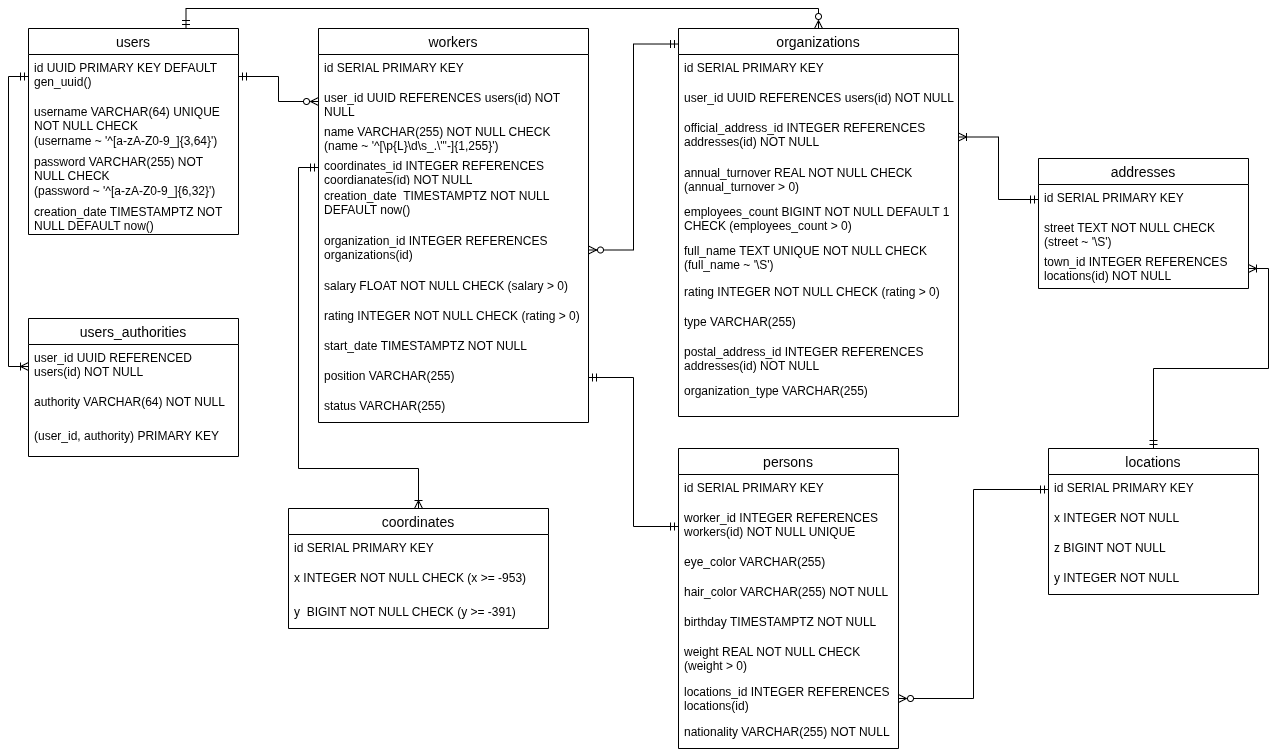
The draw.io diagram docs/diagram.drawio.png in vodobryshkin/is-lab1, before a commit. Source tidied: cells renumbered, new cells last; positions are measured from the earlier drawing's top-left corner, leaving out a move shared by most shapes.
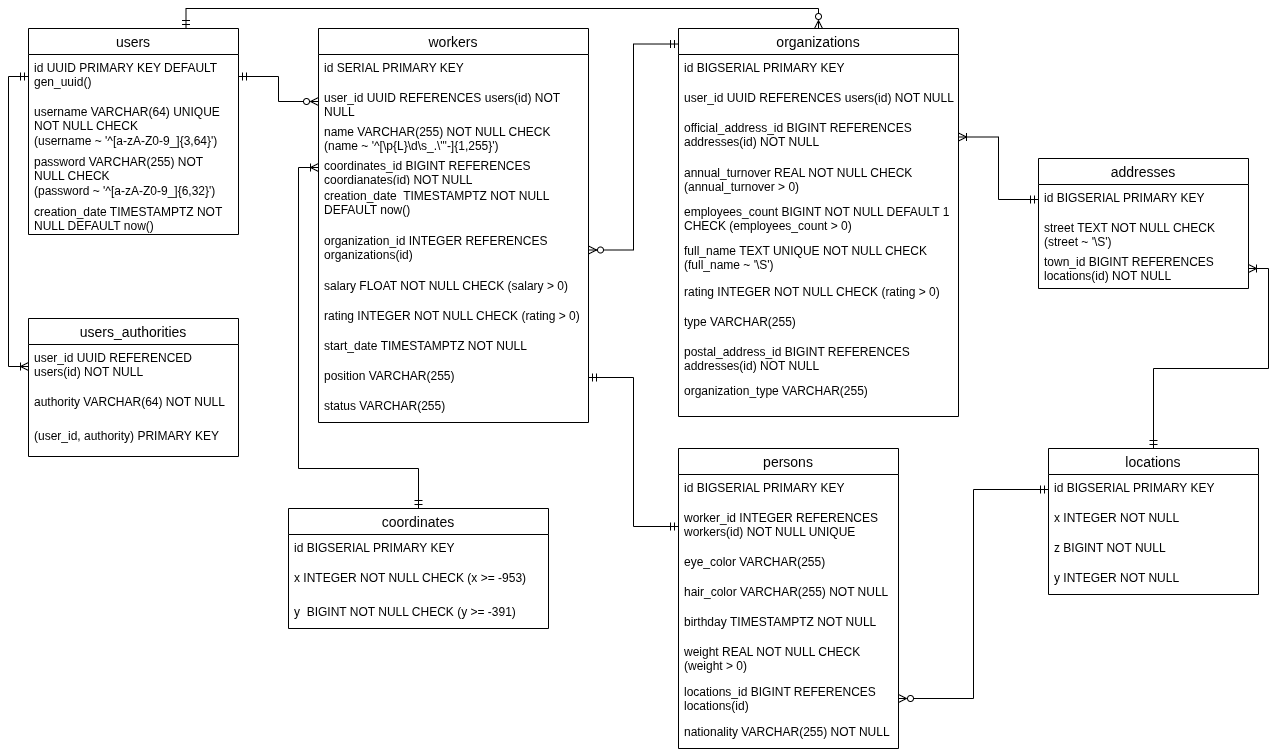
Later version of the same file.

The edit, as a diff of the source:
```diff
@@ -8,7 +8,7 @@
     <mxCell id="3" value="persons" style="swimlane;fontStyle=0;horizontal=1;startSize=26;align=center;fontSize=14;" parent="1" vertex="1">
       <mxGeometry x="650" y="420" width="220" height="300" as="geometry" />
     </mxCell>
-    <mxCell id="4" value="id SERIAL PRIMARY KEY" style="text;strokeColor=none;fillColor=none;spacingLeft=4;spacingRight=4;overflow=hidden;fontSize=12;whiteSpace=wrap;html=1;" parent="3" vertex="1">
+    <mxCell id="4" value="id BIGSERIAL PRIMARY KEY" style="text;strokeColor=none;fillColor=none;spacingLeft=4;spacingRight=4;overflow=hidden;fontSize=12;whiteSpace=wrap;html=1;" parent="3" vertex="1">
       <mxGeometry y="26" width="220" height="30" as="geometry" />
     </mxCell>
     <mxCell id="5" value="worker_id INTEGER REFERENCES workers(id) NOT NULL UNIQUE" style="text;strokeColor=none;fillColor=none;spacingLeft=4;spacingRight=4;overflow=hidden;points=[[0,0.5],[1,0.5]];portConstraint=eastwest;fontSize=12;whiteSpace=wrap;html=1;" parent="3" vertex="1">
@@ -26,7 +26,7 @@
     <mxCell id="9" value="weight REAL NOT NULL CHECK (weight &amp;gt; 0)" style="text;strokeColor=none;fillColor=none;spacingLeft=4;spacingRight=4;overflow=hidden;fontSize=12;whiteSpace=wrap;html=1;" parent="3" vertex="1">
       <mxGeometry y="190" width="220" height="40" as="geometry" />
     </mxCell>
-    <mxCell id="10" value="locations_id INTEGER REFERENCES locations(id)" style="text;strokeColor=none;fillColor=none;spacingLeft=4;spacingRight=4;overflow=hidden;points=[[0,0.5],[1,0.5]];portConstraint=eastwest;fontSize=12;whiteSpace=wrap;html=1;" parent="3" vertex="1">
+    <mxCell id="10" value="locations_id BIGINT REFERENCES locations(id)" style="text;strokeColor=none;fillColor=none;spacingLeft=4;spacingRight=4;overflow=hidden;points=[[0,0.5],[1,0.5]];portConstraint=eastwest;fontSize=12;whiteSpace=wrap;html=1;" parent="3" vertex="1">
       <mxGeometry y="230" width="220" height="40" as="geometry" />
     </mxCell>
     <mxCell id="11" value="nationality VARCHAR(255) NOT NULL" style="text;strokeColor=none;fillColor=none;spacingLeft=4;spacingRight=4;overflow=hidden;fontSize=12;whiteSpace=wrap;html=1;" parent="3" vertex="1">
@@ -44,7 +44,7 @@
     <mxCell id="15" value="name VARCHAR(255) NOT NULL CHECK (name ~ '^[\p{L}\d\s_.\'&quot;-]{1,255}')" style="text;strokeColor=none;fillColor=none;spacingLeft=4;spacingRight=4;overflow=hidden;fontSize=12;whiteSpace=wrap;html=1;" parent="12" vertex="1">
       <mxGeometry y="90" width="270" height="34" as="geometry" />
     </mxCell>
-    <mxCell id="16" value="coordinates_id INTEGER REFERENCES coordianates(id) NOT NULL" style="text;strokeColor=none;fillColor=none;spacingLeft=4;spacingRight=4;overflow=hidden;points=[[0,0.5],[1,0.5]];portConstraint=eastwest;fontSize=12;whiteSpace=wrap;html=1;" parent="12" vertex="1">
+    <mxCell id="16" value="coordinates_id BIGINT REFERENCES coordianates(id) NOT NULL" style="text;strokeColor=none;fillColor=none;spacingLeft=4;spacingRight=4;overflow=hidden;points=[[0,0.5],[1,0.5]];portConstraint=eastwest;fontSize=12;whiteSpace=wrap;html=1;" parent="12" vertex="1">
       <mxGeometry y="124" width="270" height="30" as="geometry" />
     </mxCell>
     <mxCell id="17" value="creation_date&amp;nbsp; TIMESTAMPTZ NOT NULL DEFAULT now()" style="text;strokeColor=none;fillColor=none;spacingLeft=4;spacingRight=4;overflow=hidden;fontSize=12;whiteSpace=wrap;html=1;" parent="12" vertex="1">
@@ -71,13 +71,13 @@
     <mxCell id="24" value="organizations" style="swimlane;fontStyle=0;horizontal=1;startSize=26;align=center;fontSize=14;" parent="1" vertex="1">
       <mxGeometry x="650" width="280" height="388" as="geometry" />
     </mxCell>
-    <mxCell id="25" value="id SERIAL PRIMARY KEY" style="text;strokeColor=none;fillColor=none;spacingLeft=4;spacingRight=4;overflow=hidden;fontSize=12;whiteSpace=wrap;html=1;" parent="24" vertex="1">
+    <mxCell id="25" value="id BIGSERIAL PRIMARY KEY" style="text;strokeColor=none;fillColor=none;spacingLeft=4;spacingRight=4;overflow=hidden;fontSize=12;whiteSpace=wrap;html=1;" parent="24" vertex="1">
       <mxGeometry y="26" width="280" height="30" as="geometry" />
     </mxCell>
     <mxCell id="26" value="user_id UUID REFERENCES users(id) NOT NULL" style="text;strokeColor=none;fillColor=none;spacingLeft=4;spacingRight=4;overflow=hidden;fontSize=12;whiteSpace=wrap;html=1;" parent="24" vertex="1">
       <mxGeometry y="56" width="280" height="30" as="geometry" />
     </mxCell>
-    <mxCell id="27" value="official_address_id INTEGER REFERENCES addresses(id) NOT NULL" style="text;strokeColor=none;fillColor=none;spacingLeft=4;spacingRight=4;overflow=hidden;points=[[0,0.5],[1,0.5]];portConstraint=eastwest;fontSize=12;whiteSpace=wrap;html=1;" parent="24" vertex="1">
+    <mxCell id="27" value="official_address_id BIGINT REFERENCES addresses(id) NOT NULL" style="text;strokeColor=none;fillColor=none;spacingLeft=4;spacingRight=4;overflow=hidden;points=[[0,0.5],[1,0.5]];portConstraint=eastwest;fontSize=12;whiteSpace=wrap;html=1;" parent="24" vertex="1">
       <mxGeometry y="86" width="280" height="45" as="geometry" />
     </mxCell>
     <mxCell id="28" value="annual_turnover REAL NOT NULL CHECK (annual_turnover &amp;gt; 0)" style="text;strokeColor=none;fillColor=none;spacingLeft=4;spacingRight=4;overflow=hidden;fontSize=12;whiteSpace=wrap;html=1;" parent="24" vertex="1">
@@ -95,7 +95,7 @@
     <mxCell id="32" value="type VARCHAR(255)" style="text;strokeColor=none;fillColor=none;spacingLeft=4;spacingRight=4;overflow=hidden;fontSize=12;whiteSpace=wrap;html=1;" parent="24" vertex="1">
       <mxGeometry y="280" width="280" height="30" as="geometry" />
     </mxCell>
-    <mxCell id="33" value="postal_address_id INTEGER REFERENCES addresses(id) NOT NULL" style="text;strokeColor=none;fillColor=none;spacingLeft=4;spacingRight=4;overflow=hidden;fontSize=12;whiteSpace=wrap;html=1;" parent="24" vertex="1">
+    <mxCell id="33" value="postal_address_id BIGINT REFERENCES addresses(id) NOT NULL" style="text;strokeColor=none;fillColor=none;spacingLeft=4;spacingRight=4;overflow=hidden;fontSize=12;whiteSpace=wrap;html=1;" parent="24" vertex="1">
       <mxGeometry y="310" width="280" height="39" as="geometry" />
     </mxCell>
     <mxCell id="34" value="organization_type VARCHAR(255)" style="text;strokeColor=none;fillColor=none;spacingLeft=4;spacingRight=4;overflow=hidden;fontSize=12;whiteSpace=wrap;html=1;" parent="24" vertex="1">
@@ -104,13 +104,13 @@
     <mxCell id="35" value="addresses" style="swimlane;fontStyle=0;horizontal=1;startSize=26;align=center;fontSize=14;" parent="1" vertex="1">
       <mxGeometry x="1010" y="130" width="210" height="130" as="geometry" />
     </mxCell>
-    <mxCell id="36" value="id SERIAL PRIMARY KEY" style="text;strokeColor=none;fillColor=none;spacingLeft=4;spacingRight=4;overflow=hidden;points=[[0,0.5],[1,0.5]];portConstraint=eastwest;fontSize=12;whiteSpace=wrap;html=1;" parent="35" vertex="1">
+    <mxCell id="36" value="id BIGSERIAL PRIMARY KEY" style="text;strokeColor=none;fillColor=none;spacingLeft=4;spacingRight=4;overflow=hidden;points=[[0,0.5],[1,0.5]];portConstraint=eastwest;fontSize=12;whiteSpace=wrap;html=1;" parent="35" vertex="1">
       <mxGeometry y="26" width="210" height="30" as="geometry" />
     </mxCell>
     <mxCell id="37" value="street TEXT NOT NULL CHECK (street ~ '\S')" style="text;strokeColor=none;fillColor=none;spacingLeft=4;spacingRight=4;overflow=hidden;fontSize=12;whiteSpace=wrap;html=1;" parent="35" vertex="1">
       <mxGeometry y="56" width="210" height="34" as="geometry" />
     </mxCell>
-    <mxCell id="38" value="town_id INTEGER REFERENCES locations(id) NOT NULL" style="text;strokeColor=none;fillColor=none;spacingLeft=4;spacingRight=4;overflow=hidden;points=[[0,0.5],[1,0.5]];portConstraint=eastwest;fontSize=12;whiteSpace=wrap;html=1;" parent="35" vertex="1">
+    <mxCell id="38" value="town_id BIGINT REFERENCES locations(id) NOT NULL" style="text;strokeColor=none;fillColor=none;spacingLeft=4;spacingRight=4;overflow=hidden;points=[[0,0.5],[1,0.5]];portConstraint=eastwest;fontSize=12;whiteSpace=wrap;html=1;" parent="35" vertex="1">
       <mxGeometry y="90" width="210" height="40" as="geometry" />
     </mxCell>
     <mxCell id="39" style="edgeStyle=orthogonalEdgeStyle;rounded=0;jettySize=auto;html=1;exitX=1;exitY=0.5;exitDx=0;exitDy=0;entryX=0;entryY=0.04;entryDx=0;entryDy=0;entryPerimeter=0;endArrow=ERmandOne;endFill=0;startArrow=ERzeroToMany;startFill=0;" parent="1" edge="1" source="18" target="24">
@@ -155,7 +155,7 @@
     <mxCell id="52" style="edgeStyle=orthogonalEdgeStyle;rounded=0;jettySize=auto;html=1;exitX=0;exitY=0.5;exitDx=0;exitDy=0;entryX=0;entryY=0.5;entryDx=0;entryDy=0;startArrow=ERmandOne;startFill=0;endArrow=ERoneToMany;endFill=0;" parent="1" edge="1" source="43" target="49">
       <mxGeometry relative="1" as="geometry" />
     </mxCell>
-    <mxCell id="53" style="edgeStyle=orthogonalEdgeStyle;rounded=0;jettySize=auto;html=1;exitX=0.5;exitY=0;exitDx=0;exitDy=0;entryX=0;entryY=0.5;entryDx=0;entryDy=0;startArrow=ERoneToMany;startFill=0;endArrow=ERmandOne;endFill=0;" parent="1" edge="1" source="54" target="16">
+    <mxCell id="53" style="edgeStyle=orthogonalEdgeStyle;rounded=0;jettySize=auto;html=1;exitX=0.5;exitY=0;exitDx=0;exitDy=0;entryX=0;entryY=0.5;entryDx=0;entryDy=0;startArrow=ERmandOne;startFill=0;endArrow=ERoneToMany;endFill=0;" parent="1" edge="1" source="54" target="16">
       <mxGeometry relative="1" as="geometry">
         <Array as="points">
           <mxPoint x="390" y="440" />
@@ -167,7 +167,7 @@
     <mxCell id="54" value="coordinates" style="swimlane;fontStyle=0;horizontal=1;startSize=26;align=center;fontSize=14;" parent="1" vertex="1">
       <mxGeometry x="260" y="480" width="260" height="120" as="geometry" />
     </mxCell>
-    <mxCell id="55" value="id SERIAL PRIMARY KEY" style="text;strokeColor=none;fillColor=none;spacingLeft=4;spacingRight=4;overflow=hidden;fontSize=12;whiteSpace=wrap;html=1;" parent="54" vertex="1">
+    <mxCell id="55" value="id BIGSERIAL PRIMARY KEY" style="text;strokeColor=none;fillColor=none;spacingLeft=4;spacingRight=4;overflow=hidden;fontSize=12;whiteSpace=wrap;html=1;" parent="54" vertex="1">
       <mxGeometry y="26" width="260" height="30" as="geometry" />
     </mxCell>
     <mxCell id="56" value="x INTEGER NOT NULL CHECK (x &amp;gt;= -953)" style="text;strokeColor=none;fillColor=none;spacingLeft=4;spacingRight=4;overflow=hidden;fontSize=12;whiteSpace=wrap;html=1;" parent="54" vertex="1">
@@ -179,7 +179,7 @@
     <mxCell id="58" value="locations" style="swimlane;fontStyle=0;horizontal=1;startSize=26;align=center;fontSize=14;" parent="1" vertex="1">
       <mxGeometry x="1020" y="420" width="210" height="146" as="geometry" />
     </mxCell>
-    <mxCell id="59" value="id SERIAL PRIMARY KEY" style="text;strokeColor=none;fillColor=none;spacingLeft=4;spacingRight=4;overflow=hidden;points=[[0,0.5],[1,0.5]];portConstraint=eastwest;fontSize=12;whiteSpace=wrap;html=1;" parent="58" vertex="1">
+    <mxCell id="59" value="id BIGSERIAL PRIMARY KEY" style="text;strokeColor=none;fillColor=none;spacingLeft=4;spacingRight=4;overflow=hidden;points=[[0,0.5],[1,0.5]];portConstraint=eastwest;fontSize=12;whiteSpace=wrap;html=1;" parent="58" vertex="1">
       <mxGeometry y="26" width="210" height="30" as="geometry" />
     </mxCell>
     <mxCell id="60" value="x INTEGER NOT NULL" style="text;strokeColor=none;fillColor=none;spacingLeft=4;spacingRight=4;overflow=hidden;fontSize=12;whiteSpace=wrap;html=1;" parent="58" vertex="1">
```
